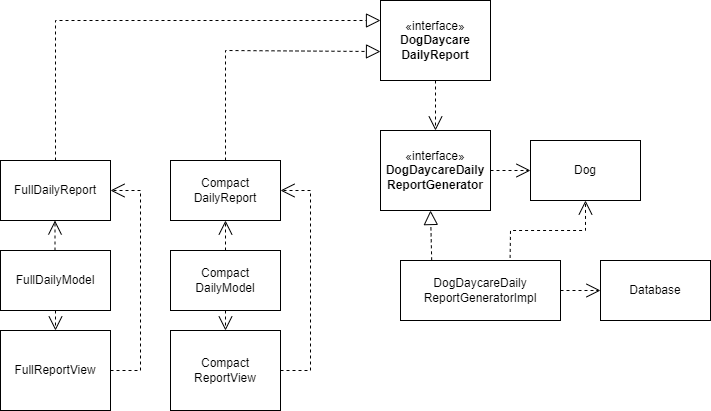
This is docs/OCP.drawio.png from ievakrumina/solid-playground, a draw.io export, as it was before one commit. Source tidied: cells renumbered, new cells last; positions are measured from the earlier drawing's top-left corner, leaving out a move shared by most shapes. Its diagram source:
```xml
<mxGraphModel>
  <root>
    <mxCell id="0" />
    <mxCell id="1" parent="0" />
    <mxCell id="2" value="Dog" style="html=1;whiteSpace=wrap;" parent="1" vertex="1">
      <mxGeometry x="530" y="140" width="110" height="60" as="geometry" />
    </mxCell>
    <mxCell id="3" value="«interface»&lt;br&gt;&lt;b&gt;DogDaycareDaily&lt;/b&gt;&lt;div&gt;&lt;b&gt;ReportGenerator&lt;/b&gt;&lt;br&gt;&lt;/div&gt;" style="html=1;whiteSpace=wrap;" parent="1" vertex="1">
      <mxGeometry x="380" y="130" width="110" height="80" as="geometry" />
    </mxCell>
    <mxCell id="4" value="FullDailyReport" style="html=1;whiteSpace=wrap;" parent="1" vertex="1">
      <mxGeometry y="160" width="110" height="60" as="geometry" />
    </mxCell>
    <mxCell id="5" value="FullDailyModel" style="html=1;whiteSpace=wrap;" parent="1" vertex="1">
      <mxGeometry y="250" width="110" height="60" as="geometry" />
    </mxCell>
    <mxCell id="6" value="&lt;div&gt;FullReportView&lt;/div&gt;" style="html=1;whiteSpace=wrap;" parent="1" vertex="1">
      <mxGeometry y="330" width="110" height="80" as="geometry" />
    </mxCell>
    <mxCell id="7" value="«interface»&lt;br&gt;&lt;b&gt;DogDaycare&lt;/b&gt;&lt;div&gt;&lt;b&gt;DailyReport&lt;/b&gt;&lt;/div&gt;" style="html=1;whiteSpace=wrap;" parent="1" vertex="1">
      <mxGeometry x="380" width="110" height="80" as="geometry" />
    </mxCell>
    <mxCell id="8" value="Database" style="html=1;whiteSpace=wrap;" parent="1" vertex="1">
      <mxGeometry x="600" y="260" width="110" height="60" as="geometry" />
    </mxCell>
    <mxCell id="9" value="&lt;pre class=&quot;graf graf--pre&quot;&gt;&lt;p style=&quot;&quot;&gt;&lt;font face=&quot;Helvetica&quot;&gt;DogDaycareDaily&lt;br&gt;&lt;/font&gt;&lt;font face=&quot;Helvetica&quot;&gt;ReportGeneratorImpl&lt;/font&gt;&lt;/p&gt;&lt;/pre&gt;" style="html=1;whiteSpace=wrap;align=center;" parent="1" vertex="1">
      <mxGeometry x="400" y="260" width="160" height="60" as="geometry" />
    </mxCell>
    <mxCell id="10" value="Compact&lt;br&gt;DailyReport" style="html=1;whiteSpace=wrap;" parent="1" vertex="1">
      <mxGeometry x="170" y="160" width="110" height="60" as="geometry" />
    </mxCell>
    <mxCell id="11" value="Compact&lt;br&gt;DailyModel" style="html=1;whiteSpace=wrap;" parent="1" vertex="1">
      <mxGeometry x="170" y="250" width="110" height="60" as="geometry" />
    </mxCell>
    <mxCell id="12" value="&lt;div&gt;Compact&lt;br&gt;ReportView&lt;/div&gt;" style="html=1;whiteSpace=wrap;" parent="1" vertex="1">
      <mxGeometry x="170" y="330" width="110" height="80" as="geometry" />
    </mxCell>
    <mxCell id="13" style="endArrow=block;dashed=1;endFill=0;endSize=12;html=1;rounded=0;exitX=0.5;exitY=0;exitDx=0;exitDy=0;entryX=0;entryY=0.25;entryDx=0;entryDy=0;" parent="1" edge="1" source="4" target="7">
      <mxGeometry relative="1" as="geometry">
        <Array as="points">
          <mxPoint x="55" y="20" />
          <mxPoint x="150" y="20" />
        </Array>
      </mxGeometry>
    </mxCell>
    <mxCell id="14" style="endArrow=block;dashed=1;endFill=0;endSize=12;html=1;rounded=0;exitX=0.5;exitY=0;exitDx=0;exitDy=0;entryX=0;entryY=0.638;entryDx=0;entryDy=0;entryPerimeter=0;" parent="1" edge="1" source="10" target="7">
      <mxGeometry relative="1" as="geometry">
        <Array as="points">
          <mxPoint x="225" y="90" />
          <mxPoint x="225" y="50" />
        </Array>
      </mxGeometry>
    </mxCell>
    <mxCell id="15" style="endArrow=open;endSize=12;dashed=1;html=1;rounded=0;exitX=1;exitY=0.5;exitDx=0;exitDy=0;entryX=1;entryY=0.5;entryDx=0;entryDy=0;" parent="1" edge="1" source="6" target="4">
      <mxGeometry relative="1" as="geometry">
        <Array as="points">
          <mxPoint x="140" y="370" />
          <mxPoint x="140" y="190" />
        </Array>
      </mxGeometry>
    </mxCell>
    <mxCell id="16" style="endArrow=open;endSize=12;dashed=1;html=1;rounded=0;exitX=1;exitY=0.5;exitDx=0;exitDy=0;entryX=1;entryY=0.5;entryDx=0;entryDy=0;" parent="1" edge="1" source="12" target="10">
      <mxGeometry relative="1" as="geometry">
        <Array as="points">
          <mxPoint x="310" y="370" />
          <mxPoint x="310" y="190" />
        </Array>
      </mxGeometry>
    </mxCell>
    <mxCell id="17" style="endArrow=open;endSize=12;dashed=1;html=1;rounded=0;exitX=0.5;exitY=0;exitDx=0;exitDy=0;entryX=0.5;entryY=1;entryDx=0;entryDy=0;" parent="1" edge="1" source="11" target="10">
      <mxGeometry relative="1" as="geometry" />
    </mxCell>
    <mxCell id="18" style="endArrow=open;endSize=12;dashed=1;html=1;rounded=0;exitX=0.5;exitY=1;exitDx=0;exitDy=0;entryX=0.5;entryY=0;entryDx=0;entryDy=0;" parent="1" edge="1" source="11" target="12">
      <mxGeometry relative="1" as="geometry" />
    </mxCell>
    <mxCell id="19" style="endArrow=open;endSize=12;dashed=1;html=1;rounded=0;exitX=0.5;exitY=0;exitDx=0;exitDy=0;entryX=0.5;entryY=1;entryDx=0;entryDy=0;" parent="1" edge="1">
      <mxGeometry relative="1" as="geometry">
        <mxPoint x="54.5" y="250" as="sourcePoint" />
        <mxPoint x="54.5" y="220" as="targetPoint" />
      </mxGeometry>
    </mxCell>
    <mxCell id="20" style="endArrow=open;endSize=12;dashed=1;html=1;rounded=0;exitX=0.5;exitY=1;exitDx=0;exitDy=0;entryX=0.5;entryY=0;entryDx=0;entryDy=0;" parent="1" edge="1" source="5" target="6">
      <mxGeometry relative="1" as="geometry" />
    </mxCell>
    <mxCell id="21" style="endArrow=open;endSize=12;dashed=1;html=1;rounded=0;exitX=0.5;exitY=1;exitDx=0;exitDy=0;entryX=0.5;entryY=0;entryDx=0;entryDy=0;" parent="1" edge="1" source="7" target="3">
      <mxGeometry relative="1" as="geometry" />
    </mxCell>
    <mxCell id="22" style="endArrow=open;endSize=12;dashed=1;html=1;rounded=0;exitX=1;exitY=0.5;exitDx=0;exitDy=0;entryX=0;entryY=0.5;entryDx=0;entryDy=0;" parent="1" edge="1" source="3" target="2">
      <mxGeometry relative="1" as="geometry" />
    </mxCell>
    <mxCell id="23" style="endArrow=open;endSize=12;dashed=1;html=1;rounded=0;exitX=0.685;exitY=-0.043;exitDx=0;exitDy=0;entryX=0.5;entryY=1;entryDx=0;entryDy=0;exitPerimeter=0;" parent="1" edge="1" source="9" target="2">
      <mxGeometry relative="1" as="geometry">
        <Array as="points">
          <mxPoint x="510" y="230" />
          <mxPoint x="585" y="230" />
        </Array>
      </mxGeometry>
    </mxCell>
    <mxCell id="24" style="endArrow=block;dashed=1;endFill=0;endSize=12;html=1;rounded=0;exitX=0.195;exitY=-0.003;exitDx=0;exitDy=0;exitPerimeter=0;" parent="1" edge="1" source="9">
      <mxGeometry relative="1" as="geometry">
        <mxPoint x="430" y="210" as="targetPoint" />
      </mxGeometry>
    </mxCell>
    <mxCell id="25" style="endArrow=open;endSize=12;dashed=1;html=1;rounded=0;exitX=1;exitY=0.5;exitDx=0;exitDy=0;entryX=0;entryY=0.5;entryDx=0;entryDy=0;" parent="1" edge="1" source="9" target="8">
      <mxGeometry relative="1" as="geometry" />
    </mxCell>
  </root>
</mxGraphModel>
```
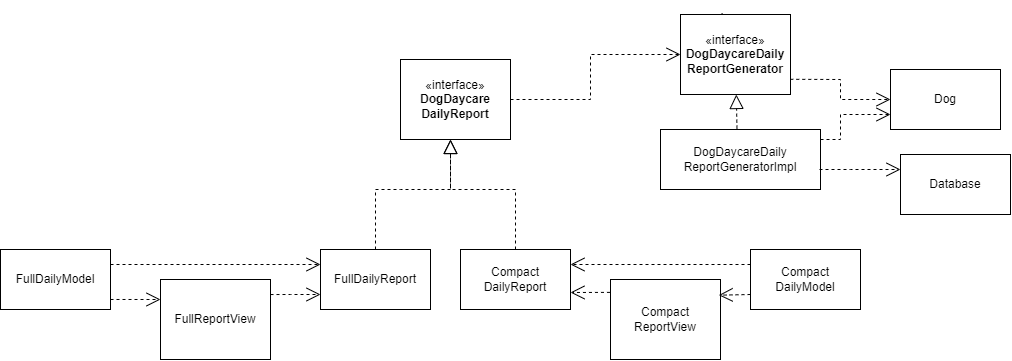
The same file after the commit.

Change to the diagram source:
```diff
@@ -3,106 +3,125 @@
     <mxCell id="0" />
     <mxCell id="1" parent="0" />
     <mxCell id="2" value="Dog" style="html=1;whiteSpace=wrap;" parent="1" vertex="1">
-      <mxGeometry x="530" y="140" width="110" height="60" as="geometry" />
+      <mxGeometry x="600" y="10" width="110" height="60" as="geometry" />
     </mxCell>
-    <mxCell id="3" value="«interface»&lt;br&gt;&lt;b&gt;DogDaycareDaily&lt;/b&gt;&lt;div&gt;&lt;b&gt;ReportGenerator&lt;/b&gt;&lt;br&gt;&lt;/div&gt;" style="html=1;whiteSpace=wrap;" parent="1" vertex="1">
-      <mxGeometry x="380" y="130" width="110" height="80" as="geometry" />
-    </mxCell>
     <mxCell id="4" value="FullDailyReport" style="html=1;whiteSpace=wrap;" parent="1" vertex="1">
-      <mxGeometry y="160" width="110" height="60" as="geometry" />
+      <mxGeometry x="30" y="190" width="110" height="60" as="geometry" />
     </mxCell>
     <mxCell id="5" value="FullDailyModel" style="html=1;whiteSpace=wrap;" parent="1" vertex="1">
-      <mxGeometry y="250" width="110" height="60" as="geometry" />
+      <mxGeometry x="-290" y="190" width="110" height="60" as="geometry" />
     </mxCell>
     <mxCell id="6" value="&lt;div&gt;FullReportView&lt;/div&gt;" style="html=1;whiteSpace=wrap;" parent="1" vertex="1">
-      <mxGeometry y="330" width="110" height="80" as="geometry" />
+      <mxGeometry x="-130" y="220" width="110" height="80" as="geometry" />
     </mxCell>
     <mxCell id="7" value="«interface»&lt;br&gt;&lt;b&gt;DogDaycare&lt;/b&gt;&lt;div&gt;&lt;b&gt;DailyReport&lt;/b&gt;&lt;/div&gt;" style="html=1;whiteSpace=wrap;" parent="1" vertex="1">
-      <mxGeometry x="380" width="110" height="80" as="geometry" />
+      <mxGeometry x="110" width="110" height="80" as="geometry" />
     </mxCell>
     <mxCell id="8" value="Database" style="html=1;whiteSpace=wrap;" parent="1" vertex="1">
-      <mxGeometry x="600" y="260" width="110" height="60" as="geometry" />
+      <mxGeometry x="610" y="95" width="110" height="60" as="geometry" />
     </mxCell>
     <mxCell id="9" value="&lt;pre class=&quot;graf graf--pre&quot;&gt;&lt;p style=&quot;&quot;&gt;&lt;font face=&quot;Helvetica&quot;&gt;DogDaycareDaily&lt;br&gt;&lt;/font&gt;&lt;font face=&quot;Helvetica&quot;&gt;ReportGeneratorImpl&lt;/font&gt;&lt;/p&gt;&lt;/pre&gt;" style="html=1;whiteSpace=wrap;align=center;" parent="1" vertex="1">
-      <mxGeometry x="400" y="260" width="160" height="60" as="geometry" />
+      <mxGeometry x="370" y="70" width="160" height="60" as="geometry" />
     </mxCell>
     <mxCell id="10" value="Compact&lt;br&gt;DailyReport" style="html=1;whiteSpace=wrap;" parent="1" vertex="1">
-      <mxGeometry x="170" y="160" width="110" height="60" as="geometry" />
+      <mxGeometry x="170" y="190" width="110" height="60" as="geometry" />
     </mxCell>
     <mxCell id="11" value="Compact&lt;br&gt;DailyModel" style="html=1;whiteSpace=wrap;" parent="1" vertex="1">
-      <mxGeometry x="170" y="250" width="110" height="60" as="geometry" />
+      <mxGeometry x="460" y="190" width="110" height="60" as="geometry" />
     </mxCell>
     <mxCell id="12" value="&lt;div&gt;Compact&lt;br&gt;ReportView&lt;/div&gt;" style="html=1;whiteSpace=wrap;" parent="1" vertex="1">
-      <mxGeometry x="170" y="330" width="110" height="80" as="geometry" />
+      <mxGeometry x="320" y="220" width="110" height="80" as="geometry" />
     </mxCell>
-    <mxCell id="13" style="endArrow=block;dashed=1;endFill=0;endSize=12;html=1;rounded=0;exitX=0.5;exitY=0;exitDx=0;exitDy=0;entryX=0;entryY=0.25;entryDx=0;entryDy=0;" parent="1" edge="1" source="4" target="7">
+    <mxCell id="13" style="endArrow=block;dashed=1;endFill=0;endSize=12;html=1;rounded=0;exitX=0.5;exitY=0;exitDx=0;exitDy=0;" parent="1" edge="1" source="4">
       <mxGeometry relative="1" as="geometry">
+        <mxPoint x="160" y="80" as="targetPoint" />
         <Array as="points">
-          <mxPoint x="55" y="20" />
-          <mxPoint x="150" y="20" />
+          <mxPoint x="85" y="130" />
+          <mxPoint x="110" y="130" />
+          <mxPoint x="160" y="130" />
         </Array>
       </mxGeometry>
     </mxCell>
-    <mxCell id="14" style="endArrow=block;dashed=1;endFill=0;endSize=12;html=1;rounded=0;exitX=0.5;exitY=0;exitDx=0;exitDy=0;entryX=0;entryY=0.638;entryDx=0;entryDy=0;entryPerimeter=0;" parent="1" edge="1" source="10" target="7">
+    <mxCell id="14" style="endArrow=block;dashed=1;endFill=0;endSize=12;html=1;rounded=0;exitX=0.5;exitY=0;exitDx=0;exitDy=0;" parent="1" edge="1" source="10">
       <mxGeometry relative="1" as="geometry">
+        <mxPoint x="160" y="80" as="targetPoint" />
         <Array as="points">
-          <mxPoint x="225" y="90" />
-          <mxPoint x="225" y="50" />
+          <mxPoint x="225" y="130" />
+          <mxPoint x="160" y="130" />
         </Array>
       </mxGeometry>
     </mxCell>
-    <mxCell id="15" style="endArrow=open;endSize=12;dashed=1;html=1;rounded=0;exitX=1;exitY=0.5;exitDx=0;exitDy=0;entryX=1;entryY=0.5;entryDx=0;entryDy=0;" parent="1" edge="1" source="6" target="4">
+    <mxCell id="15" style="endArrow=open;endSize=12;dashed=1;html=1;rounded=0;entryX=0;entryY=0.75;entryDx=0;entryDy=0;exitX=1;exitY=0.188;exitDx=0;exitDy=0;exitPerimeter=0;" parent="1" edge="1" source="6" target="4">
       <mxGeometry relative="1" as="geometry">
         <Array as="points">
-          <mxPoint x="140" y="370" />
-          <mxPoint x="140" y="190" />
+          <mxPoint y="235" />
         </Array>
       </mxGeometry>
     </mxCell>
-    <mxCell id="16" style="endArrow=open;endSize=12;dashed=1;html=1;rounded=0;exitX=1;exitY=0.5;exitDx=0;exitDy=0;entryX=1;entryY=0.5;entryDx=0;entryDy=0;" parent="1" edge="1" source="12" target="10">
+    <mxCell id="16" style="endArrow=open;endSize=12;dashed=1;html=1;rounded=0;exitX=-0.005;exitY=0.161;exitDx=0;exitDy=0;exitPerimeter=0;" parent="1" edge="1" source="12">
       <mxGeometry relative="1" as="geometry">
-        <Array as="points">
-          <mxPoint x="310" y="370" />
-          <mxPoint x="310" y="190" />
-        </Array>
+        <mxPoint x="280" y="233" as="targetPoint" />
       </mxGeometry>
     </mxCell>
-    <mxCell id="17" style="endArrow=open;endSize=12;dashed=1;html=1;rounded=0;exitX=0.5;exitY=0;exitDx=0;exitDy=0;entryX=0.5;entryY=1;entryDx=0;entryDy=0;" parent="1" edge="1" source="11" target="10">
+    <mxCell id="17" style="endArrow=open;endSize=12;dashed=1;html=1;rounded=0;exitX=0;exitY=0.25;exitDx=0;exitDy=0;entryX=1;entryY=0.25;entryDx=0;entryDy=0;" parent="1" edge="1" source="11" target="10">
       <mxGeometry relative="1" as="geometry" />
     </mxCell>
-    <mxCell id="18" style="endArrow=open;endSize=12;dashed=1;html=1;rounded=0;exitX=0.5;exitY=1;exitDx=0;exitDy=0;entryX=0.5;entryY=0;entryDx=0;entryDy=0;" parent="1" edge="1" source="11" target="12">
+    <mxCell id="18" style="endArrow=open;endSize=12;dashed=1;html=1;rounded=0;exitX=0;exitY=0.75;exitDx=0;exitDy=0;entryX=0.984;entryY=0.196;entryDx=0;entryDy=0;entryPerimeter=0;" parent="1" edge="1" source="11" target="12">
       <mxGeometry relative="1" as="geometry" />
     </mxCell>
-    <mxCell id="19" style="endArrow=open;endSize=12;dashed=1;html=1;rounded=0;exitX=0.5;exitY=0;exitDx=0;exitDy=0;entryX=0.5;entryY=1;entryDx=0;entryDy=0;" parent="1" edge="1">
+    <mxCell id="19" style="endArrow=open;endSize=12;dashed=1;html=1;rounded=0;exitX=1;exitY=0.25;exitDx=0;exitDy=0;entryX=0;entryY=0.25;entryDx=0;entryDy=0;" parent="1" edge="1" source="5" target="4">
       <mxGeometry relative="1" as="geometry">
-        <mxPoint x="54.5" y="250" as="sourcePoint" />
-        <mxPoint x="54.5" y="220" as="targetPoint" />
+        <Array as="points">
+          <mxPoint x="-90" y="205" />
+        </Array>
       </mxGeometry>
     </mxCell>
-    <mxCell id="20" style="endArrow=open;endSize=12;dashed=1;html=1;rounded=0;exitX=0.5;exitY=1;exitDx=0;exitDy=0;entryX=0.5;entryY=0;entryDx=0;entryDy=0;" parent="1" edge="1" source="5" target="6">
-      <mxGeometry relative="1" as="geometry" />
-    </mxCell>
-    <mxCell id="21" style="endArrow=open;endSize=12;dashed=1;html=1;rounded=0;exitX=0.5;exitY=1;exitDx=0;exitDy=0;entryX=0.5;entryY=0;entryDx=0;entryDy=0;" parent="1" edge="1" source="7" target="3">
-      <mxGeometry relative="1" as="geometry" />
+    <mxCell id="21" style="endArrow=open;endSize=12;dashed=1;html=1;rounded=0;exitX=1;exitY=0.5;exitDx=0;exitDy=0;entryX=0;entryY=0.5;entryDx=0;entryDy=0;" parent="1" edge="1" source="7" target="3">
+      <mxGeometry relative="1" as="geometry">
+        <Array as="points">
+          <mxPoint x="300" y="40" />
+          <mxPoint x="300" y="-5" />
+        </Array>
+      </mxGeometry>
     </mxCell>
-    <mxCell id="22" style="endArrow=open;endSize=12;dashed=1;html=1;rounded=0;exitX=1;exitY=0.5;exitDx=0;exitDy=0;entryX=0;entryY=0.5;entryDx=0;entryDy=0;" parent="1" edge="1" source="3" target="2">
-      <mxGeometry relative="1" as="geometry" />
+    <mxCell id="22" style="endArrow=open;endSize=12;dashed=1;html=1;rounded=0;exitX=0.998;exitY=0.81;exitDx=0;exitDy=0;entryX=0;entryY=0.5;entryDx=0;entryDy=0;exitPerimeter=0;" parent="1" edge="1" source="3" target="2">
+      <mxGeometry relative="1" as="geometry">
+        <Array as="points">
+          <mxPoint x="550" y="20" />
+          <mxPoint x="550" y="40" />
+        </Array>
+      </mxGeometry>
     </mxCell>
-    <mxCell id="23" style="endArrow=open;endSize=12;dashed=1;html=1;rounded=0;exitX=0.685;exitY=-0.043;exitDx=0;exitDy=0;entryX=0.5;entryY=1;entryDx=0;entryDy=0;exitPerimeter=0;" parent="1" edge="1" source="9" target="2">
+    <mxCell id="23" style="endArrow=open;endSize=12;dashed=1;html=1;rounded=0;entryX=0;entryY=0.75;entryDx=0;entryDy=0;" parent="1" edge="1" target="2">
       <mxGeometry relative="1" as="geometry">
+        <mxPoint x="530" y="80" as="sourcePoint" />
         <Array as="points">
-          <mxPoint x="510" y="230" />
-          <mxPoint x="585" y="230" />
+          <mxPoint x="550" y="80" />
+          <mxPoint x="550" y="55" />
         </Array>
       </mxGeometry>
     </mxCell>
-    <mxCell id="24" style="endArrow=block;dashed=1;endFill=0;endSize=12;html=1;rounded=0;exitX=0.195;exitY=-0.003;exitDx=0;exitDy=0;exitPerimeter=0;" parent="1" edge="1" source="9">
+    <mxCell id="24" style="endArrow=block;dashed=1;endFill=0;endSize=12;html=1;rounded=0;exitX=0.378;exitY=-0.017;exitDx=0;exitDy=0;exitPerimeter=0;" parent="1" edge="1" source="3">
       <mxGeometry relative="1" as="geometry">
-        <mxPoint x="430" y="210" as="targetPoint" />
+        <mxPoint x="430" y="6" as="targetPoint" />
       </mxGeometry>
     </mxCell>
-    <mxCell id="25" style="endArrow=open;endSize=12;dashed=1;html=1;rounded=0;exitX=1;exitY=0.5;exitDx=0;exitDy=0;entryX=0;entryY=0.5;entryDx=0;entryDy=0;" parent="1" edge="1" source="9" target="8">
-      <mxGeometry relative="1" as="geometry" />
+    <mxCell id="25" style="endArrow=open;endSize=12;dashed=1;html=1;rounded=0;entryX=0;entryY=0.25;entryDx=0;entryDy=0;" parent="1" edge="1" target="8">
+      <mxGeometry relative="1" as="geometry">
+        <mxPoint x="529" y="110" as="sourcePoint" />
+        <Array as="points">
+          <mxPoint x="560" y="110" />
+        </Array>
+      </mxGeometry>
     </mxCell>
+    <mxCell id="20" style="endArrow=open;endSize=12;dashed=1;html=1;rounded=0;entryX=0;entryY=0.25;entryDx=0;entryDy=0;exitX=1;exitY=0.833;exitDx=0;exitDy=0;exitPerimeter=0;" parent="1" edge="1" source="5" target="6">
+      <mxGeometry relative="1" as="geometry" />
+    </mxCell>
+    <mxCell id="26" style="endArrow=block;dashed=1;endFill=0;endSize=12;html=1;rounded=0;exitX=0.478;exitY=-0.015;exitDx=0;exitDy=0;exitPerimeter=0;" parent="1" edge="1" source="9" target="3">
+      <mxGeometry relative="1" as="geometry" />
+    </mxCell>
+    <mxCell id="3" value="«interface»&lt;br&gt;&lt;b&gt;DogDaycareDaily&lt;/b&gt;&lt;div&gt;&lt;b&gt;ReportGenerator&lt;/b&gt;&lt;br&gt;&lt;/div&gt;" style="html=1;whiteSpace=wrap;" parent="1" vertex="1">
+      <mxGeometry x="390" y="-45" width="110" height="80" as="geometry" />
+    </mxCell>
   </root>
 </mxGraphModel>
```
